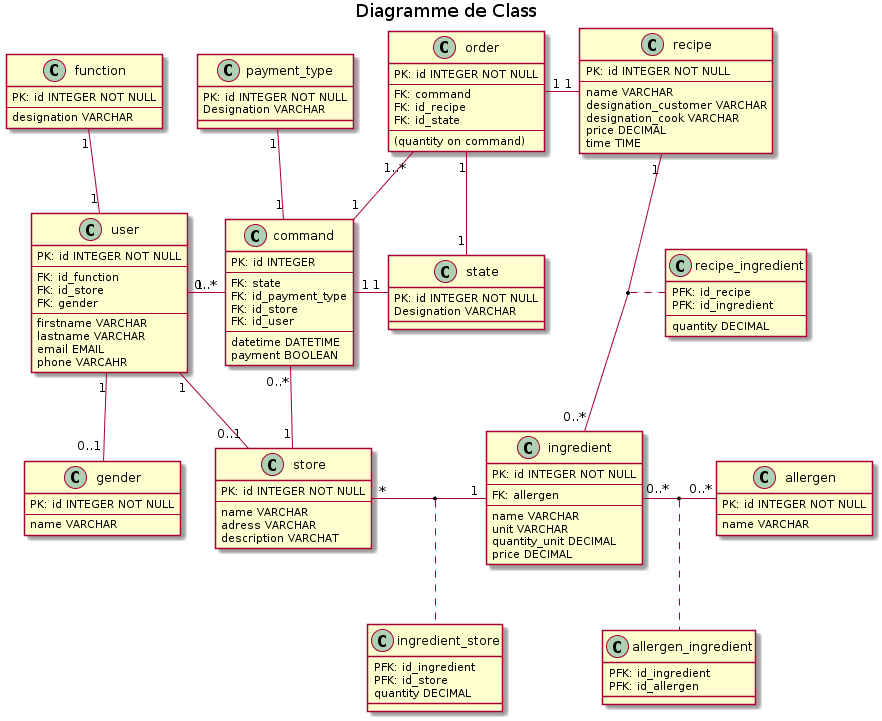
Before: doc/img/7_RelationalModel.png, a diagram exported from PlantUML (Zepmanbc/oc_dapython_pr4). Source of this version:
```plantuml
@startuml 7_RelationalModel
title Diagramme de Class

class user{
    PK: id INTEGER NOT NULL
    --
    FK: id_function
    FK: id_store
    FK: gender
    --
    firstname VARCHAR
    lastname VARCHAR
    email EMAIL
    phone VARCAHR
}

class gender {
    PK: id INTEGER NOT NULL
    --
    name VARCHAR
}

class function {
    PK: id INTEGER NOT NULL
    --
    designation VARCHAR
}

class command{
    PK: id INTEGER
    --
    FK: state
    FK: id_payment_type
    FK: id_store
    FK: id_user
    --
    datetime DATETIME
    payment BOOLEAN
}

class state {
    PK: id INTEGER NOT NULL
    Designation VARCHAR
}

class payment_type {
    PK: id INTEGER NOT NULL
    Designation VARCHAR
}

class order{
    PK: id INTEGER NOT NULL
    --
    FK: command
    FK: id_recipe
    FK: id_state
    --
    (quantity on command)
}

class recipe{
    PK: id INTEGER NOT NULL
    --
    name VARCHAR
    designation_customer VARCHAR
    designation_cook VARCHAR
    price DECIMAL
    time TIME
}

class ingredient{
    PK: id INTEGER NOT NULL
    --
    FK: allergen
    --
    name VARCHAR
    unit VARCHAR
    quantity_unit DECIMAL
    price DECIMAL
}

class allergen{
    PK: id INTEGER NOT NULL
    --
    name VARCHAR
}

class store{
    PK: id INTEGER NOT NULL
    --
    name VARCHAR
    adress VARCHAR
    description VARCHAT
}

class ingredient_store {
    PFK: id_ingredient
    PFK: id_store
    quantity DECIMAL
}

class recipe_ingredient{
    PFK: id_recipe
    PFK: id_ingredient
    --
    quantity DECIMAL
}

class allergen_ingredient {
    PFK: id_ingredient
    PFK: id_allergen
}

store "*" - "1" ingredient
(store, ingredient) .. ingredient_store
ingredient "0..*" - "0..*" allergen
(ingredient, allergen) .. allergen_ingredient
recipe "1" -- "0..*" ingredient
(recipe, ingredient) . recipe_ingredient


order "1" - "1" recipe
order "1..*" -- "1" command
user "1" - "0..*" command
command "0..*" -- "1" store
user "1" -- "0..1" store
function "1" -- "1" user
command "1" - "1" state
order "1" - "1" state
user "1" -- "0..1" gender
payment_type "1" -- "1" command

@enduml
```
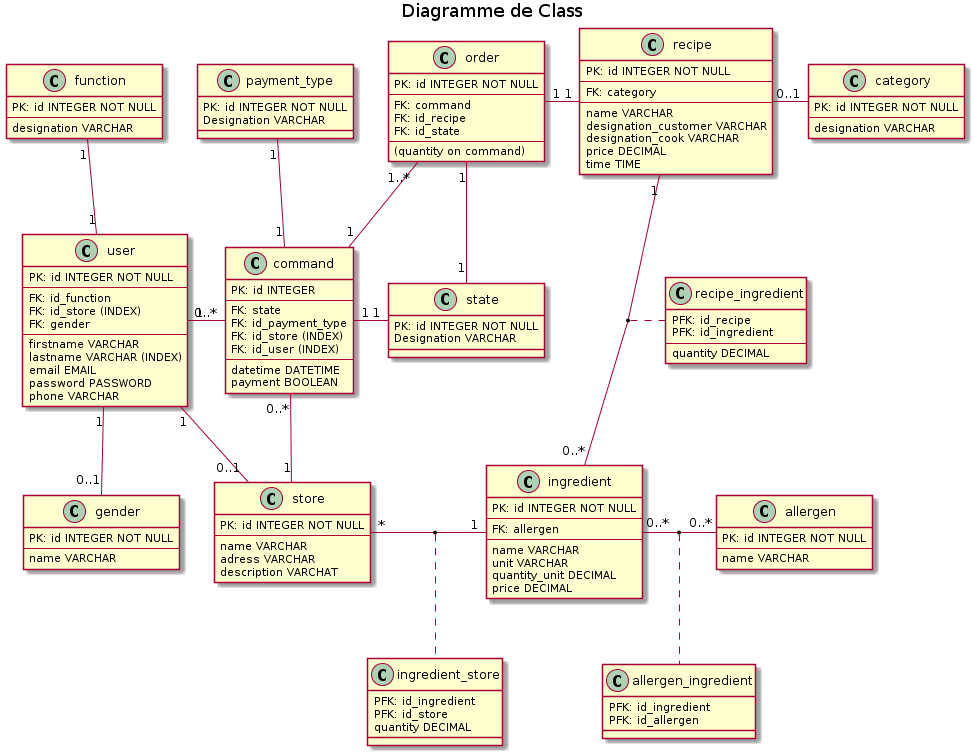
Above is the later version.

Diff of the diagram source:
```diff
@@ -5,13 +5,14 @@
     PK: id INTEGER NOT NULL
     --
     FK: id_function
-    FK: id_store
+    FK: id_store (INDEX)
     FK: gender
     --
     firstname VARCHAR
-    lastname VARCHAR
+    lastname VARCHAR (INDEX)
     email EMAIL
-    phone VARCAHR
+    password PASSWORD
+    phone VARCHAR
 }
 
 class gender {
@@ -31,8 +32,8 @@
     --
     FK: state
     FK: id_payment_type
-    FK: id_store
-    FK: id_user
+    FK: id_store (INDEX)
+    FK: id_user (INDEX)
     --
     datetime DATETIME
     payment BOOLEAN
@@ -61,11 +62,19 @@
 class recipe{
     PK: id INTEGER NOT NULL
     --
+    FK: category
+    --
     name VARCHAR
     designation_customer VARCHAR
     designation_cook VARCHAR
     price DECIMAL
     time TIME
+}
+
+class category {
+    PK: id INTEGER NOT NULL
+    --
+    designation VARCHAR
 }
 
 class ingredient{
@@ -129,5 +138,6 @@
 order "1" - "1" state
 user "1" -- "0..1" gender
 payment_type "1" -- "1" command
+recipe "0..1" - "1" category
 
 @enduml
```
